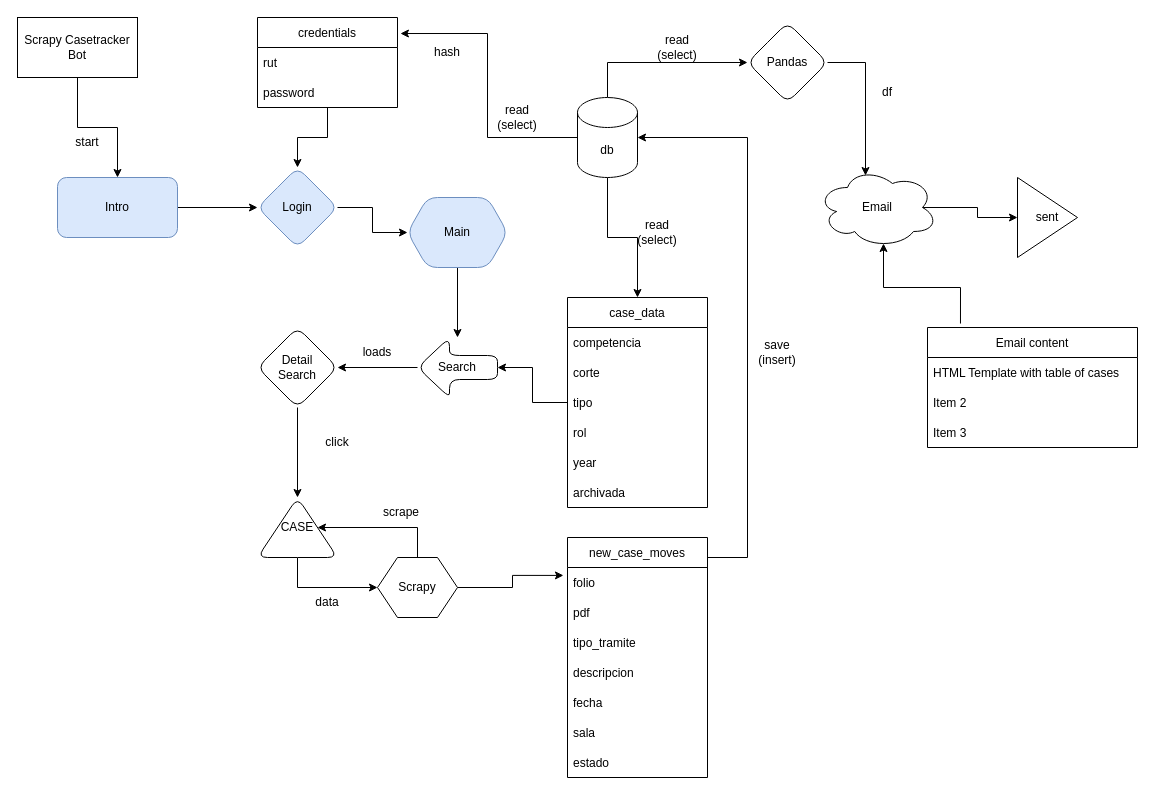
This is page "houndv2" (1 of 2) of houndv2_diagram.drawio from monk3yd/hound-scraper, a draw.io file, before an edit. Source tidied: cells renumbered, new cells numbered last; positions are measured from the earlier drawing's top-left corner, leaving out a move shared by most shapes. Both pictures are drawn from the tidied source at 100%, with x=0, y=0 at pixel (17, 17).
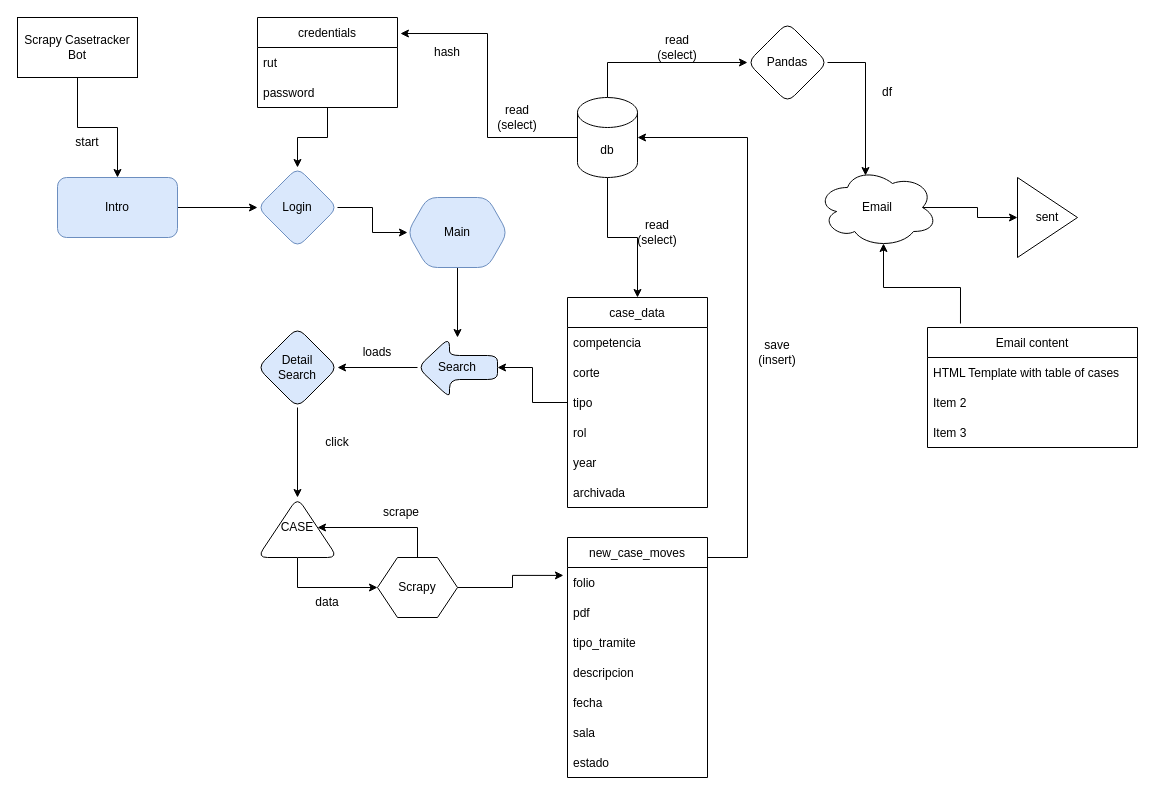
Above is the later version.

The edit, as a diff of the source:
```diff
@@
-    <mxCell id="10" value="Search" style="shape=singleArrow;whiteSpace=wrap;html=1;arrowWidth=0.4;arrowSize=0.4;rounded=1;rotation=0;direction=west;" parent="1" vertex="1">
+    <mxCell id="10" value="Search" style="shape=singleArrow;whiteSpace=wrap;html=1;arrowWidth=0.4;arrowSize=0.4;rounded=1;rotation=0;direction=west;fillColor=#DAE8FC;" parent="1" vertex="1">
       <mxGeometry x="400" y="320" width="80" height="60" as="geometry" />
     </mxCell>
@@
-    <mxCell id="24" value="Detail&lt;br&gt;Search" style="rhombus;whiteSpace=wrap;html=1;rounded=1;" parent="1" vertex="1">
+    <mxCell id="24" value="Detail&lt;br&gt;Search" style="rhombus;whiteSpace=wrap;html=1;rounded=1;fillColor=#DAE8FC;" parent="1" vertex="1">
       <mxGeometry x="240" y="310" width="80" height="80" as="geometry" />
     </mxCell>
```
